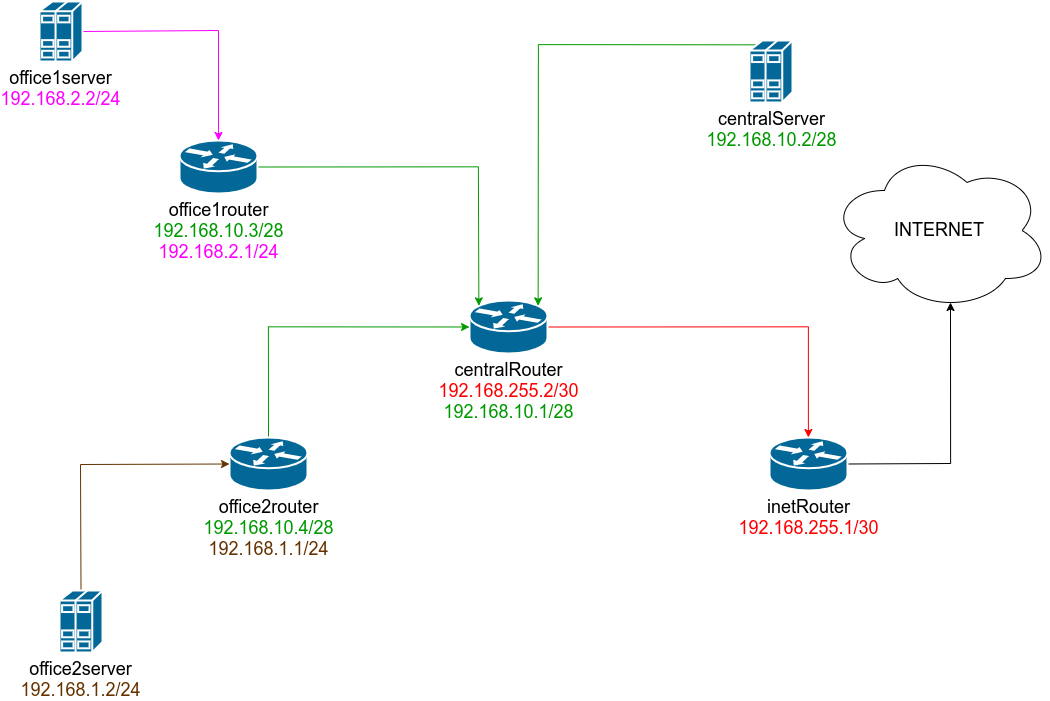
This is netlab/netlab.png from SOMikhaylov/otus-linux-20910, a draw.io export, as it was before one commit. Source tidied: cells renumbered, new cells last; positions are measured from the earlier drawing's top-left corner, leaving out a move shared by most shapes.
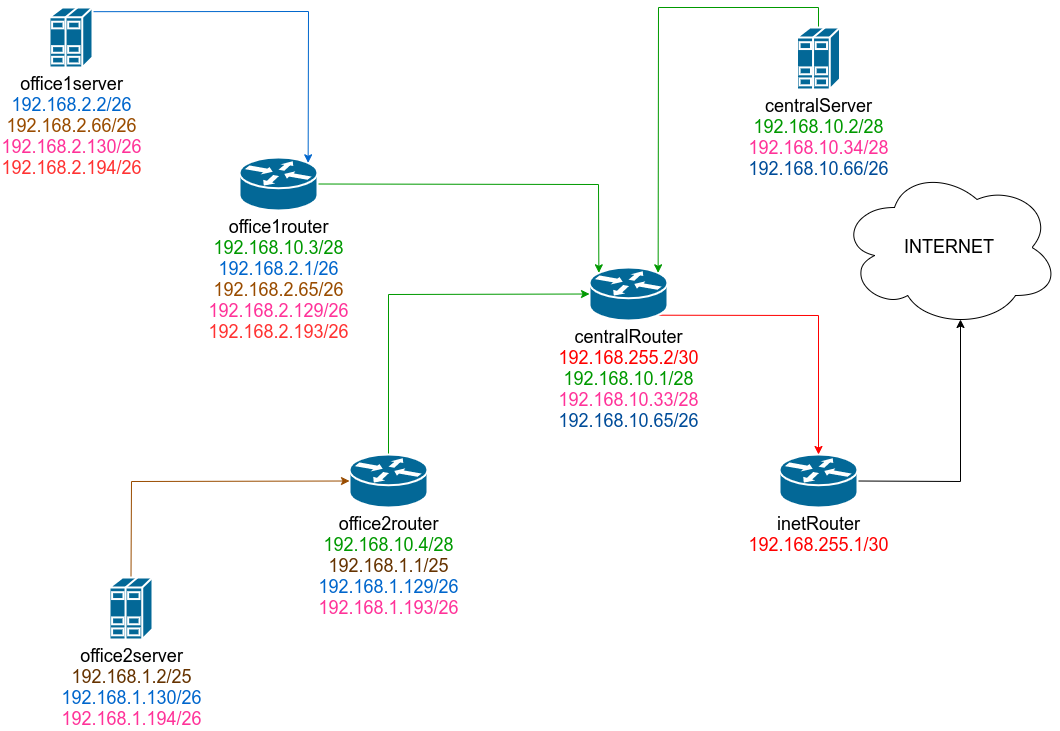
The same diagram one commit later.

Commit message:
Homework 15. Netlab

What changed in the source:
```diff
@@ -11,49 +11,41 @@
     <mxCell id="4" value="&lt;font style=&quot;font-size: 18px&quot;&gt;inetRouter&lt;br&gt;&lt;font color=&quot;#ff0000&quot;&gt;192.168.255.1/30&lt;/font&gt;&lt;br&gt;&lt;br&gt;&lt;/font&gt;" style="shape=mxgraph.cisco.routers.router;html=1;dashed=0;fillColor=#036897;strokeColor=#ffffff;strokeWidth=2;verticalLabelPosition=bottom;verticalAlign=top;align=center;outlineConnect=0;" parent="1" vertex="1">
       <mxGeometry x="730" y="436" width="78" height="53" as="geometry" />
     </mxCell>
-    <mxCell id="5" style="edgeStyle=orthogonalEdgeStyle;rounded=0;jettySize=auto;html=1;exitX=1;exitY=0.5;exitDx=0;exitDy=0;exitPerimeter=0;strokeColor=#FF0000;" parent="1" edge="1" source="6" target="4">
+    <mxCell id="5" style="edgeStyle=orthogonalEdgeStyle;rounded=0;jettySize=auto;html=1;exitX=0.88;exitY=0.9;exitDx=0;exitDy=0;exitPerimeter=0;strokeColor=#FF0000;" parent="1" edge="1" source="6" target="4">
       <mxGeometry relative="1" as="geometry" />
     </mxCell>
-    <mxCell id="6" value="&lt;font style=&quot;font-size: 18px&quot;&gt;centralRouter&lt;br&gt;&lt;font color=&quot;#ff0000&quot;&gt;192.168.255.2/30&lt;br&gt;&lt;/font&gt;&lt;font color=&quot;#009900&quot;&gt;192.168.10.1/28&lt;/font&gt;&lt;font color=&quot;#663300&quot;&gt;&lt;br&gt;&lt;/font&gt;&lt;br&gt;&lt;/font&gt;" style="shape=mxgraph.cisco.routers.router;html=1;dashed=0;fillColor=#036897;strokeColor=#ffffff;strokeWidth=2;verticalLabelPosition=bottom;verticalAlign=top;align=center;outlineConnect=0;" parent="1" vertex="1">
-      <mxGeometry x="430" y="299" width="78" height="53" as="geometry" />
+    <mxCell id="6" value="&lt;font style=&quot;font-size: 18px&quot;&gt;centralRouter&lt;br&gt;&lt;font color=&quot;#ff0000&quot;&gt;192.168.255.2/30&lt;br&gt;&lt;/font&gt;&lt;font color=&quot;#009900&quot;&gt;192.168.10.1/28&lt;/font&gt;&lt;font color=&quot;#663300&quot;&gt;&lt;br&gt;&lt;/font&gt;&lt;font color=&quot;#ff3399&quot;&gt;192.168.10.33/28&lt;br&gt;&lt;/font&gt;&lt;font color=&quot;#004c99&quot;&gt;192.168.10.65/26&lt;/font&gt;&lt;br&gt;&lt;/font&gt;" style="shape=mxgraph.cisco.routers.router;html=1;dashed=0;fillColor=#036897;strokeColor=#ffffff;strokeWidth=2;verticalLabelPosition=bottom;verticalAlign=top;align=center;outlineConnect=0;" parent="1" vertex="1">
+      <mxGeometry x="540" y="249" width="78" height="53" as="geometry" />
     </mxCell>
-    <mxCell id="7" style="edgeStyle=orthogonalEdgeStyle;rounded=0;jettySize=auto;html=1;exitX=0.17;exitY=0.07;exitDx=0;exitDy=0;exitPerimeter=0;entryX=0.88;entryY=0.1;entryDx=0;entryDy=0;entryPerimeter=0;strokeColor=#009900;" parent="1" edge="1" source="8" target="6">
+    <mxCell id="7" style="edgeStyle=orthogonalEdgeStyle;rounded=0;jettySize=auto;html=1;exitX=0.5;exitY=0;exitDx=0;exitDy=0;exitPerimeter=0;entryX=0.88;entryY=0.1;entryDx=0;entryDy=0;entryPerimeter=0;strokeColor=#009900;" parent="1" edge="1" source="8" target="6">
       <mxGeometry relative="1" as="geometry" />
     </mxCell>
-    <mxCell id="8" value="&lt;font style=&quot;font-size: 18px&quot;&gt;centralServer&lt;br&gt;&lt;font color=&quot;#009900&quot;&gt;192.168.10.2/28&lt;/font&gt;&lt;br&gt;&lt;br&gt;&lt;/font&gt;" style="shape=mxgraph.cisco.servers.standard_host;html=1;dashed=0;fillColor=#036897;strokeColor=#ffffff;strokeWidth=2;verticalLabelPosition=bottom;verticalAlign=top;align=center;outlineConnect=0;" parent="1" vertex="1">
-      <mxGeometry x="710" y="39" width="43" height="62" as="geometry" />
+    <mxCell id="8" value="&lt;font style=&quot;font-size: 18px&quot;&gt;centralServer&lt;br&gt;&lt;font color=&quot;#009900&quot;&gt;192.168.10.2/28&lt;/font&gt;&lt;br&gt;&lt;font color=&quot;#ff3399&quot;&gt;192.168.10.34/28&lt;/font&gt;&lt;br&gt;&lt;font color=&quot;#004c99&quot;&gt;192.168.10.66/26&lt;/font&gt;&lt;br&gt;&lt;/font&gt;" style="shape=mxgraph.cisco.servers.standard_host;html=1;dashed=0;fillColor=#036897;strokeColor=#ffffff;strokeWidth=2;verticalLabelPosition=bottom;verticalAlign=top;align=center;outlineConnect=0;" parent="1" vertex="1">
+      <mxGeometry x="747.5" y="9" width="43" height="62" as="geometry" />
     </mxCell>
     <mxCell id="9" style="edgeStyle=orthogonalEdgeStyle;rounded=0;jettySize=auto;html=1;exitX=1;exitY=0.5;exitDx=0;exitDy=0;exitPerimeter=0;entryX=0.12;entryY=0.1;entryDx=0;entryDy=0;entryPerimeter=0;strokeColor=#009900;" parent="1" edge="1" source="10" target="6">
       <mxGeometry relative="1" as="geometry" />
     </mxCell>
-    <mxCell id="10" value="&lt;font style=&quot;font-size: 18px&quot;&gt;office1router&lt;br&gt;&lt;font color=&quot;#009900&quot;&gt;192.168.10.3/28&lt;br&gt;&lt;/font&gt;&lt;font color=&quot;#ff00ff&quot;&gt;192.168.2.1/24&lt;/font&gt;&lt;br&gt;&lt;/font&gt;" style="shape=mxgraph.cisco.routers.router;html=1;dashed=0;fillColor=#036897;strokeColor=#ffffff;strokeWidth=2;verticalLabelPosition=bottom;verticalAlign=top;align=center;outlineConnect=0;" parent="1" vertex="1">
-      <mxGeometry x="140" y="139" width="78" height="53" as="geometry" />
+    <mxCell id="10" value="&lt;font style=&quot;font-size: 18px&quot;&gt;office1router&lt;br&gt;&lt;font color=&quot;#009900&quot;&gt;192.168.10.3/28&lt;br&gt;&lt;/font&gt;&lt;font color=&quot;#0066cc&quot;&gt;192.168.2.1/26&lt;br&gt;&lt;/font&gt;&lt;font color=&quot;#994c00&quot;&gt;192.168.2.65/26&lt;/font&gt;&lt;br&gt;&lt;font color=&quot;#ff3399&quot;&gt;192.168.2.129/26&lt;/font&gt;&lt;br&gt;&lt;font color=&quot;#ff3333&quot;&gt;192.168.2.193/26&lt;/font&gt;&lt;br&gt;&lt;/font&gt;" style="shape=mxgraph.cisco.routers.router;html=1;dashed=0;fillColor=#036897;strokeColor=#ffffff;strokeWidth=2;verticalLabelPosition=bottom;verticalAlign=top;align=center;outlineConnect=0;" parent="1" vertex="1">
+      <mxGeometry x="190" y="139" width="78" height="53" as="geometry" />
     </mxCell>
     <mxCell id="11" style="edgeStyle=orthogonalEdgeStyle;rounded=0;jettySize=auto;html=1;exitX=0.5;exitY=0;exitDx=0;exitDy=0;exitPerimeter=0;strokeColor=#009900;entryX=0;entryY=0.5;entryDx=0;entryDy=0;entryPerimeter=0;" parent="1" edge="1" source="12" target="6">
       <mxGeometry relative="1" as="geometry" />
     </mxCell>
-    <mxCell id="12" value="&lt;font style=&quot;font-size: 18px&quot;&gt;office2router&lt;br&gt;&lt;font color=&quot;#009900&quot;&gt;192.168.10.4/28&lt;br&gt;&lt;/font&gt;&lt;font color=&quot;#663300&quot;&gt;192.168.1.1/24&lt;/font&gt;&lt;br&gt;&lt;/font&gt;" style="shape=mxgraph.cisco.routers.router;html=1;dashed=0;fillColor=#036897;strokeColor=#ffffff;strokeWidth=2;verticalLabelPosition=bottom;verticalAlign=top;align=center;outlineConnect=0;" parent="1" vertex="1">
-      <mxGeometry x="190" y="436" width="78" height="53" as="geometry" />
+    <mxCell id="12" value="&lt;font style=&quot;font-size: 18px&quot;&gt;office2router&lt;br&gt;&lt;font color=&quot;#009900&quot;&gt;192.168.10.4/28&lt;br&gt;&lt;/font&gt;&lt;font color=&quot;#663300&quot;&gt;192.168.1.1/25&lt;br&gt;&lt;/font&gt;&lt;font color=&quot;#0066cc&quot;&gt;192.168.1.129/26&lt;/font&gt;&lt;br&gt;&lt;font color=&quot;#ff3399&quot;&gt;192.168.1.193/26&lt;/font&gt;&lt;br&gt;&lt;br&gt;&lt;/font&gt;" style="shape=mxgraph.cisco.routers.router;html=1;dashed=0;fillColor=#036897;strokeColor=#ffffff;strokeWidth=2;verticalLabelPosition=bottom;verticalAlign=top;align=center;outlineConnect=0;" parent="1" vertex="1">
+      <mxGeometry x="300" y="436" width="78" height="53" as="geometry" />
     </mxCell>
-    <mxCell id="13" style="edgeStyle=none;rounded=0;jettySize=auto;html=1;exitX=1;exitY=0.5;exitDx=0;exitDy=0;exitPerimeter=0;entryX=0.5;entryY=0;entryDx=0;entryDy=0;entryPerimeter=0;strokeColor=#FF00FF;" parent="1" edge="1" source="14" target="10">
-      <mxGeometry relative="1" as="geometry">
-        <Array as="points">
-          <mxPoint x="179" y="29" />
-        </Array>
-      </mxGeometry>
+    <mxCell id="13" style="edgeStyle=orthogonalEdgeStyle;rounded=0;jettySize=auto;html=1;exitX=0.17;exitY=0.07;exitDx=0;exitDy=0;exitPerimeter=0;entryX=0.88;entryY=0.1;entryDx=0;entryDy=0;entryPerimeter=0;strokeColor=#0066CC;" parent="1" edge="1" source="14" target="10">
+      <mxGeometry relative="1" as="geometry" />
     </mxCell>
-    <mxCell id="14" value="&lt;font style=&quot;font-size: 18px&quot;&gt;office1server&lt;br&gt;&lt;font color=&quot;#ff00ff&quot;&gt;192.168.2.2/24&lt;/font&gt;&lt;br&gt;&lt;/font&gt;" style="shape=mxgraph.cisco.servers.standard_host;html=1;dashed=0;fillColor=#036897;strokeColor=#ffffff;strokeWidth=2;verticalLabelPosition=bottom;verticalAlign=top;align=center;outlineConnect=0;" parent="1" vertex="1">
-      <mxGeometry width="43" height="60" as="geometry" />
+    <mxCell id="14" value="&lt;font style=&quot;font-size: 18px&quot;&gt;office1server&lt;br&gt;&lt;font color=&quot;#0066cc&quot;&gt;192.168.2.2/26&lt;/font&gt;&lt;br&gt;&lt;font color=&quot;#994c00&quot;&gt;192.168.2.66/26&lt;/font&gt;&lt;br&gt;&lt;font color=&quot;#ff3399&quot;&gt;192.168.2.130/26&lt;/font&gt;&lt;br&gt;&lt;font color=&quot;#ff3333&quot;&gt;192.168.2.194/26&lt;/font&gt;&lt;br&gt;&lt;br&gt;&lt;/font&gt;" style="shape=mxgraph.cisco.servers.standard_host;html=1;dashed=0;fillColor=#036897;strokeColor=#ffffff;strokeWidth=2;verticalLabelPosition=bottom;verticalAlign=top;align=center;outlineConnect=0;" parent="1" vertex="1">
+      <mxGeometry y="-11" width="43" height="60" as="geometry" />
     </mxCell>
-    <mxCell id="15" style="edgeStyle=none;rounded=0;jettySize=auto;html=1;exitX=0.5;exitY=0;exitDx=0;exitDy=0;exitPerimeter=0;entryX=0;entryY=0.5;entryDx=0;entryDy=0;entryPerimeter=0;strokeColor=#663300;" parent="1" edge="1" source="16" target="12">
-      <mxGeometry relative="1" as="geometry">
-        <Array as="points">
-          <mxPoint x="41" y="463" />
-        </Array>
-      </mxGeometry>
+    <mxCell id="15" style="edgeStyle=orthogonalEdgeStyle;rounded=0;jettySize=auto;html=1;exitX=0.5;exitY=0;exitDx=0;exitDy=0;exitPerimeter=0;entryX=0;entryY=0.5;entryDx=0;entryDy=0;entryPerimeter=0;strokeColor=#994C00;" parent="1" edge="1" source="16" target="12">
+      <mxGeometry relative="1" as="geometry" />
     </mxCell>
-    <mxCell id="16" value="&lt;font style=&quot;font-size: 18px&quot;&gt;office2server&lt;br&gt;&lt;font color=&quot;#663300&quot;&gt;192.168.1.2/24&lt;/font&gt;&lt;/font&gt;" style="shape=mxgraph.cisco.servers.standard_host;html=1;dashed=0;fillColor=#036897;strokeColor=#ffffff;strokeWidth=2;verticalLabelPosition=bottom;verticalAlign=top;align=center;outlineConnect=0;" parent="1" vertex="1">
-      <mxGeometry x="20" y="589" width="43" height="62" as="geometry" />
+    <mxCell id="16" value="&lt;font style=&quot;font-size: 18px&quot;&gt;office2server&lt;br&gt;&lt;font color=&quot;#663300&quot;&gt;192.168.1.2/25&lt;/font&gt;&lt;br&gt;&lt;font color=&quot;#0066cc&quot;&gt;192.168.1.130/26&lt;br&gt;&lt;/font&gt;&lt;font color=&quot;#ff3399&quot;&gt;192.168.1.194/26&lt;/font&gt;&lt;br&gt;&lt;/font&gt;" style="shape=mxgraph.cisco.servers.standard_host;html=1;dashed=0;fillColor=#036897;strokeColor=#ffffff;strokeWidth=2;verticalLabelPosition=bottom;verticalAlign=top;align=center;outlineConnect=0;" parent="1" vertex="1">
+      <mxGeometry x="60" y="559" width="43" height="62" as="geometry" />
     </mxCell>
   </root>
 </mxGraphModel>
```
